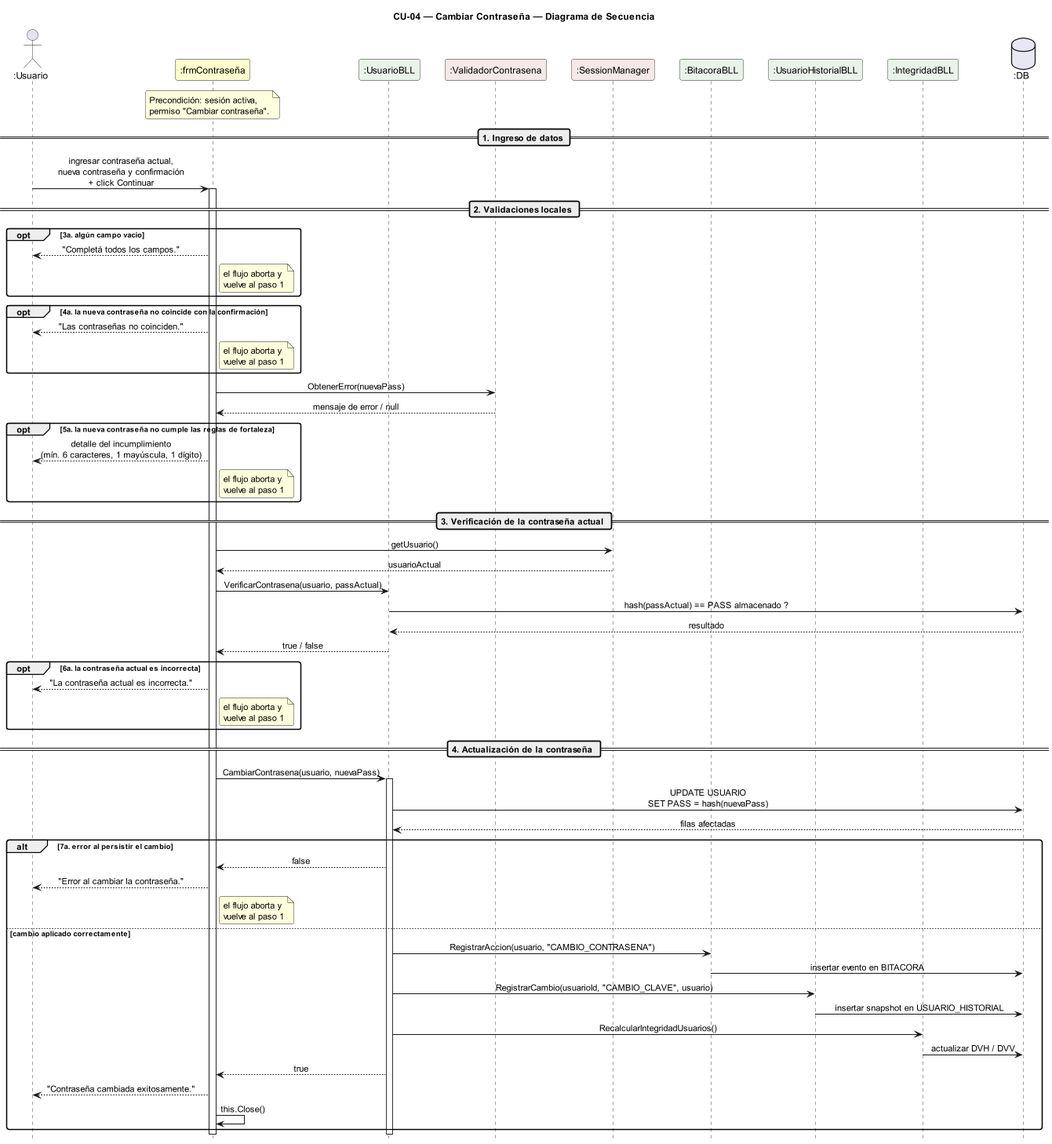
Above: DIAGRAMAS/DiagramaSecuencia_CU04_CambiarContrasena.png in Urrels/ingenieria_software (PlantUML), before the change. The source it was exported from:
```plantuml
@startuml DiagramaSecuencia_CU04_CambiarContrasena

title CU-04 — Cambiar Contraseña — Diagrama de Secuencia

skinparam shadowing false
skinparam roundcorner 6
skinparam sequenceArrowThickness 1.2
skinparam ParticipantPadding 14
skinparam sequenceMessageAlign center
hide footbox
scale 0.85

actor       ":Usuario"                as U
participant ":frmContraseña"          as FC #FEFECE
participant ":UsuarioBLL"             as UB #E8F4E8
participant ":ValidadorContrasena"    as VC #F4E8E8
participant ":SessionManager"         as SM #F4E8E8
participant ":BitacoraBLL"            as BB #E8F4E8
participant ":UsuarioHistorialBLL"    as UH #E8F4E8
participant ":IntegridadBLL"          as IB #E8F4E8
database    ":DB"                     as DB #E8E8F4

note over FC
  Precondición: sesión activa,
  permiso "Cambiar contraseña".
end note

== 1. Ingreso de datos ==

U -> FC : ingresar contraseña actual,\nnueva contraseña y confirmación\n+ click Continuar
activate FC

== 2. Validaciones locales ==

opt 3a. algún campo vacío
  FC --> U : "Completá todos los campos."
  note right of FC : el flujo aborta y\nvuelve al paso 1
end

opt 4a. la nueva contraseña no coincide con la confirmación
  FC --> U : "Las contraseñas no coinciden."
  note right of FC : el flujo aborta y\nvuelve al paso 1
end

FC -> VC : ObtenerError(nuevaPass)
VC --> FC : mensaje de error / null

opt 5a. la nueva contraseña no cumple las reglas de fortaleza
  FC --> U : detalle del incumplimiento\n(mín. 6 caracteres, 1 mayúscula, 1 dígito)
  note right of FC : el flujo aborta y\nvuelve al paso 1
end

== 3. Verificación de la contraseña actual ==

FC -> SM : getUsuario()
SM --> FC : usuarioActual

FC -> UB : VerificarContrasena(usuario, passActual)
UB -> DB : hash(passActual) == PASS almacenado ?
DB --> UB : resultado
UB --> FC : true / false

opt 6a. la contraseña actual es incorrecta
  FC --> U : "La contraseña actual es incorrecta."
  note right of FC : el flujo aborta y\nvuelve al paso 1
end

== 4. Actualización de la contraseña ==

FC -> UB : CambiarContrasena(usuario, nuevaPass)
activate UB

UB -> DB : UPDATE USUARIO\nSET PASS = hash(nuevaPass)
DB --> UB : filas afectadas

alt 7a. error al persistir el cambio
  UB --> FC : false
  FC --> U : "Error al cambiar la contraseña."
  note right of FC : el flujo aborta y\nvuelve al paso 1

else cambio aplicado correctamente
  UB -> BB : RegistrarAccion(usuario, "CAMBIO_CONTRASENA")
  BB -> DB : insertar evento en BITACORA

  UB -> UH : RegistrarCambio(usuarioId, "CAMBIO_CLAVE", usuario)
  UH -> DB : insertar snapshot en USUARIO_HISTORIAL

  UB -> IB : RecalcularIntegridadUsuarios()
  IB -> DB : actualizar DVH / DVV

  UB --> FC : true
  FC --> U : "Contraseña cambiada exitosamente."
  FC -> FC : this.Close()
end
deactivate UB
deactivate FC

@enduml
```
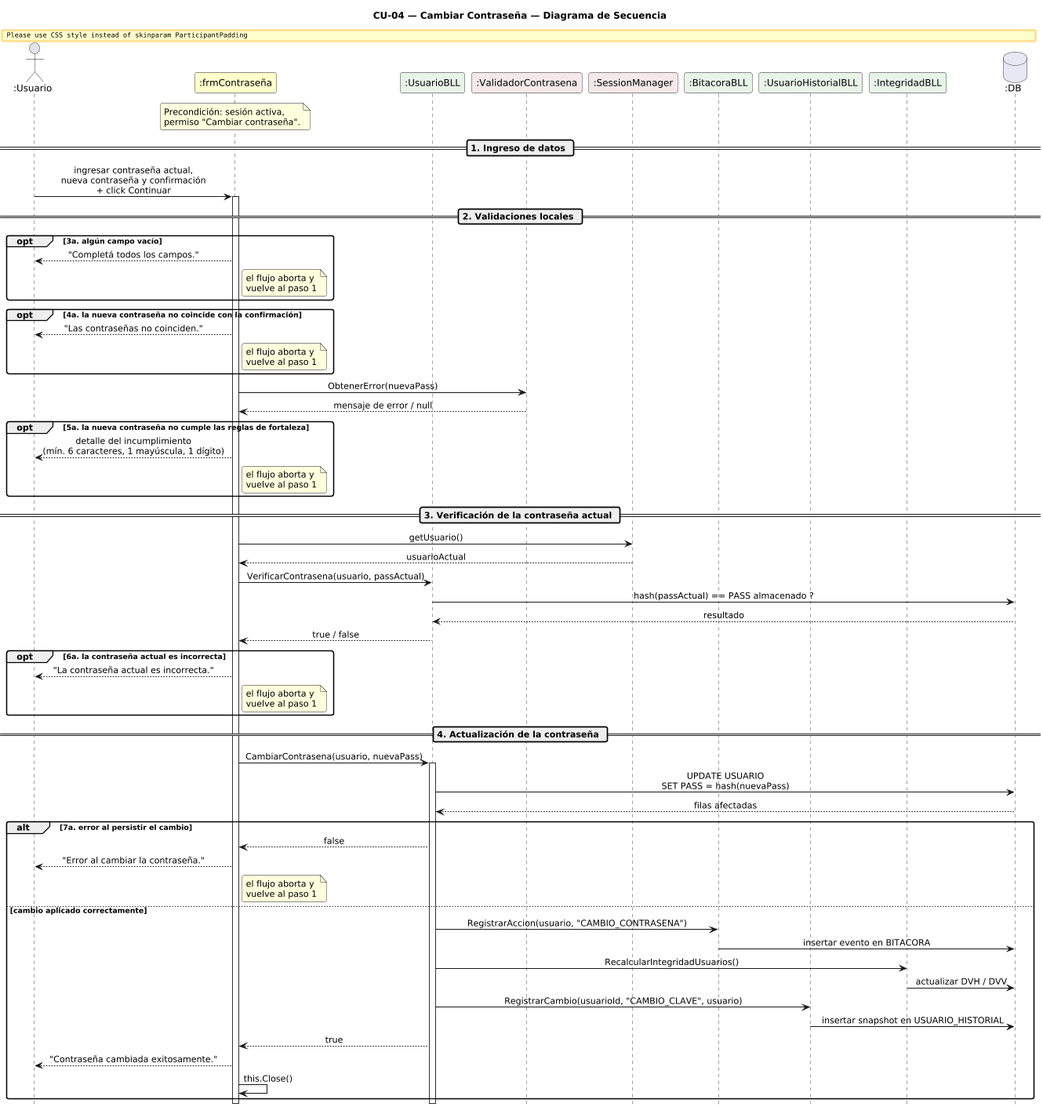
The same diagram one commit later.

What changed in the source:
```diff
@@ -82,11 +82,11 @@
   UB -> BB : RegistrarAccion(usuario, "CAMBIO_CONTRASENA")
   BB -> DB : insertar evento en BITACORA
 
+  UB -> IB : RecalcularIntegridadUsuarios()
+  IB -> DB : actualizar DVH / DVV
+
   UB -> UH : RegistrarCambio(usuarioId, "CAMBIO_CLAVE", usuario)
   UH -> DB : insertar snapshot en USUARIO_HISTORIAL
-
-  UB -> IB : RecalcularIntegridadUsuarios()
-  IB -> DB : actualizar DVH / DVV
 
   UB --> FC : true
   FC --> U : "Contraseña cambiada exitosamente."
```
